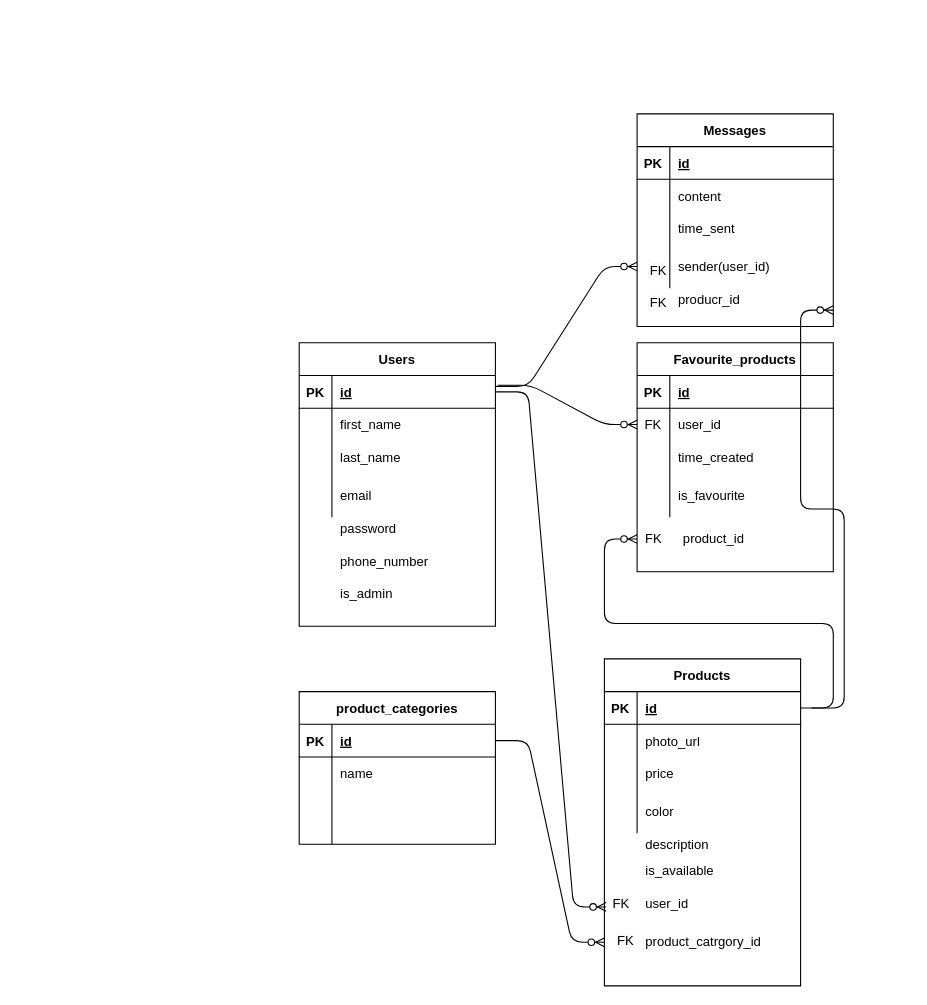
Before: db/Untitled Diagram.drawio in alisonhussey/Listing-Website, a draw.io diagram. Source tidied: cells renumbered, new cells numbered last; positions are measured from the earlier drawing's top-left corner, leaving out a move shared by most shapes. Both pictures are drawn from the tidied source at 109%, with x=0, y=0 at pixel (299, 113).
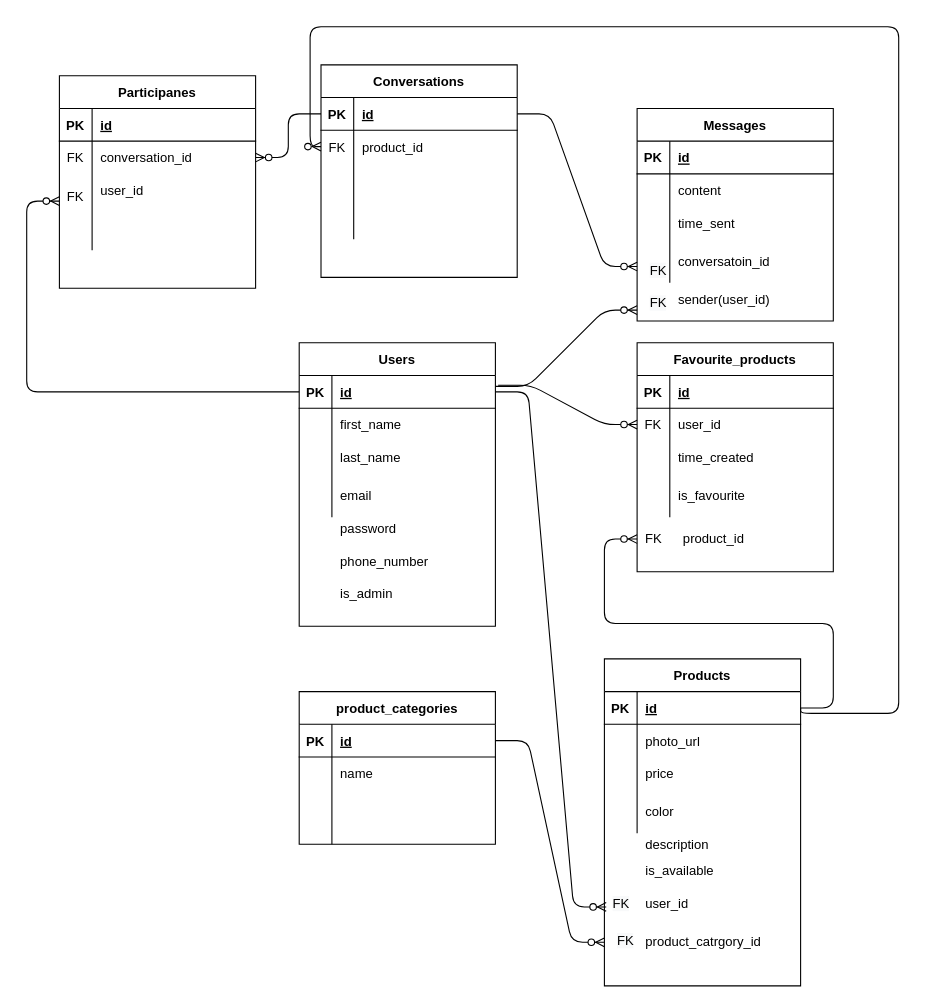
Above is the later version.

The change refers to these unchanged cells:
```xml
<mxCell id="3" style="shape=partialRectangle;fillColor=none;top=0;left=0;bottom=1;right=0;points=[[0,0.5],[1,0.5]];portConstraint=eastwest;" parent="2" vertex="1">
  <mxGeometry y="30" width="180" height="30" as="geometry" />
</mxCell>
<mxCell id="32" style="shape=partialRectangle;fillColor=none;top=0;left=0;bottom=1;right=0;points=[[0,0.5],[1,0.5]];portConstraint=eastwest;" parent="31" vertex="1">
  <mxGeometry y="30" width="180" height="30" as="geometry" />
</mxCell>
<mxCell id="54" style="shape=partialRectangle;fillColor=none;top=0;left=0;bottom=0;right=0;points=[[0,0.5],[1,0.5]];portConstraint=eastwest;" parent="44" vertex="1">
  <mxGeometry y="120" width="180" height="40" as="geometry" />
</mxCell>
```

Change to the diagram source:
```diff
@@
     <mxCell id="44" value="Messages" style="shape=table;startSize=30;childLayout=tableLayout;rowLines=0;fontStyle=1;align=center;" parent="1" vertex="1">
-      <mxGeometry x="310" width="180" height="195" as="geometry" />
+      <mxGeometry x="310" y="-5" width="180" height="195" as="geometry" />
     </mxCell>
@@
-    <mxCell id="56" value="sender(user_id)" style="shape=partialRectangle;fillColor=none;top=0;left=0;bottom=0;right=0;align=left;spacingLeft=6;overflow=hidden;" parent="54" vertex="1">
+    <mxCell id="56" value="conversatoin_id" style="shape=partialRectangle;fillColor=none;top=0;left=0;bottom=0;right=0;align=left;spacingLeft=6;overflow=hidden;" parent="54" vertex="1">
       <mxGeometry x="30" width="150" height="40" as="geometry" />
     </mxCell>
@@
-    <mxCell id="81" style="edgeStyle=entityRelationEdgeStyle;fontSize=12;html=1;endArrow=ERzeroToMany;endFill=1;" parent="1" edge="1" target="54">
+    <mxCell id="81" style="edgeStyle=entityRelationEdgeStyle;fontSize=12;html=1;endArrow=ERzeroToMany;endFill=1;" parent="1" edge="1">
       <mxGeometry relative="1" as="geometry">
         <mxPoint x="180" y="250" as="sourcePoint" />
+        <mxPoint x="310" y="180" as="targetPoint" />
       </mxGeometry>
     </mxCell>
@@
-    <mxCell id="84" value="producr_id" style="shape=partialRectangle;fillColor=none;top=0;left=0;bottom=0;right=0;align=left;spacingLeft=6;overflow=hidden;" parent="1" vertex="1">
+    <mxCell id="84" value="sender(user_id)" style="shape=partialRectangle;fillColor=none;top=0;left=0;bottom=0;right=0;align=left;spacingLeft=6;overflow=hidden;" parent="1" vertex="1">
       <mxGeometry x="340" y="150" width="150" height="40" as="geometry" />
     </mxCell>
-    <mxCell id="85" style="edgeStyle=entityRelationEdgeStyle;fontSize=12;html=1;endArrow=ERzeroToMany;endFill=1;" parent="1" edge="1">
-      <mxGeometry relative="1" as="geometry">
-        <mxPoint x="470" y="545" as="sourcePoint" />
-        <mxPoint x="490" y="180" as="targetPoint" />
-      </mxGeometry>
-    </mxCell>
@@
+    <mxCell id="87" value="Conversations" style="shape=table;startSize=30;childLayout=tableLayout;rowLines=0;fontStyle=1;align=center;" parent="1" vertex="1">
+      <mxGeometry x="20" y="-45" width="180" height="195" as="geometry" />
+    </mxCell>
+    <mxCell id="88" style="shape=partialRectangle;fillColor=none;top=0;left=0;bottom=1;right=0;points=[[0,0.5],[1,0.5]];portConstraint=eastwest;" parent="87" vertex="1">
+      <mxGeometry y="30" width="180" height="30" as="geometry" />
+    </mxCell>
+    <mxCell id="89" value="PK" style="shape=partialRectangle;fillColor=none;top=0;left=0;bottom=0;right=0;fontStyle=1;overflow=hidden;" parent="88" vertex="1">
+      <mxGeometry width="30" height="30" as="geometry" />
+    </mxCell>
+    <mxCell id="90" value="id" style="shape=partialRectangle;fillColor=none;top=0;left=0;bottom=0;right=0;align=left;spacingLeft=6;fontStyle=5;overflow=hidden;" parent="88" vertex="1">
+      <mxGeometry x="30" width="150" height="30" as="geometry" />
+    </mxCell>
+    <mxCell id="91" style="shape=partialRectangle;fillColor=none;top=0;left=0;bottom=0;right=0;points=[[0,0.5],[1,0.5]];portConstraint=eastwest;" parent="87" vertex="1">
+      <mxGeometry y="60" width="180" height="30" as="geometry" />
+    </mxCell>
+    <mxCell id="92" value="FK" style="shape=partialRectangle;fillColor=none;top=0;left=0;bottom=0;right=0;overflow=hidden;" parent="91" vertex="1">
+      <mxGeometry width="30" height="30" as="geometry" />
+    </mxCell>
+    <mxCell id="93" style="shape=partialRectangle;fillColor=none;top=0;left=0;bottom=0;right=0;align=left;spacingLeft=6;overflow=hidden;" parent="91" vertex="1">
+      <mxGeometry x="30" width="150" height="30" as="geometry" />
+    </mxCell>
+    <mxCell id="94" style="shape=partialRectangle;fillColor=none;top=0;left=0;bottom=0;right=0;" parent="87" vertex="1">
+      <mxGeometry y="90" width="180" height="30" as="geometry" />
+    </mxCell>
+    <mxCell id="95" style="shape=partialRectangle;fillColor=none;top=0;left=0;bottom=0;right=0;overflow=hidden;" parent="94" vertex="1">
+      <mxGeometry width="30" height="30" as="geometry" />
+    </mxCell>
+    <mxCell id="96" style="shape=partialRectangle;fillColor=none;top=0;left=0;bottom=0;right=0;align=left;spacingLeft=6;overflow=hidden;" parent="94" vertex="1">
+      <mxGeometry x="30" width="150" height="30" as="geometry" />
+    </mxCell>
+    <mxCell id="97" style="shape=partialRectangle;fillColor=none;top=0;left=0;bottom=0;right=0;" parent="87" vertex="1">
+      <mxGeometry y="120" width="180" height="40" as="geometry" />
+    </mxCell>
+    <mxCell id="98" style="shape=partialRectangle;fillColor=none;top=0;left=0;bottom=0;right=0;overflow=hidden;" parent="97" vertex="1">
+      <mxGeometry width="30" height="40" as="geometry" />
+    </mxCell>
+    <mxCell id="99" style="shape=partialRectangle;fillColor=none;top=0;left=0;bottom=0;right=0;align=left;spacingLeft=6;overflow=hidden;" parent="97" vertex="1">
+      <mxGeometry x="30" width="150" height="40" as="geometry" />
+    </mxCell>
+    <mxCell id="100" value="product_id" style="shape=partialRectangle;fillColor=none;top=0;left=0;bottom=0;right=0;align=left;spacingLeft=6;overflow=hidden;" parent="1" vertex="1">
+      <mxGeometry x="50" y="10" width="150" height="40" as="geometry" />
+    </mxCell>
+    <mxCell id="101" value="Participanes" style="shape=table;startSize=30;childLayout=tableLayout;rowLines=0;fontStyle=1;align=center;" parent="1" vertex="1">
+      <mxGeometry x="-220" y="-35" width="180" height="195" as="geometry" />
+    </mxCell>
+    <mxCell id="102" style="shape=partialRectangle;fillColor=none;top=0;left=0;bottom=1;right=0;" parent="101" vertex="1">
+      <mxGeometry y="30" width="180" height="30" as="geometry" />
+    </mxCell>
+    <mxCell id="103" value="PK" style="shape=partialRectangle;fillColor=none;top=0;left=0;bottom=0;right=0;fontStyle=1;overflow=hidden;" parent="102" vertex="1">
+      <mxGeometry width="30" height="30" as="geometry" />
+    </mxCell>
+    <mxCell id="104" value="id" style="shape=partialRectangle;fillColor=none;top=0;left=0;bottom=0;right=0;align=left;spacingLeft=6;fontStyle=5;overflow=hidden;" parent="102" vertex="1">
+      <mxGeometry x="30" width="150" height="30" as="geometry" />
+    </mxCell>
+    <mxCell id="105" style="shape=partialRectangle;fillColor=none;top=0;left=0;bottom=0;right=0;points=[[0,0.5],[1,0.5]];portConstraint=eastwest;" parent="101" vertex="1">
+      <mxGeometry y="60" width="180" height="30" as="geometry" />
+    </mxCell>
+    <mxCell id="106" value="FK" style="shape=partialRectangle;fillColor=none;top=0;left=0;bottom=0;right=0;overflow=hidden;" parent="105" vertex="1">
+      <mxGeometry width="30" height="30" as="geometry" />
+    </mxCell>
+    <mxCell id="107" value="conversation_id" style="shape=partialRectangle;fillColor=none;top=0;left=0;bottom=0;right=0;align=left;spacingLeft=6;overflow=hidden;" parent="105" vertex="1">
+      <mxGeometry x="30" width="150" height="30" as="geometry" />
+    </mxCell>
+    <mxCell id="108" style="shape=partialRectangle;fillColor=none;top=0;left=0;bottom=0;right=0;" parent="101" vertex="1">
+      <mxGeometry y="90" width="180" height="30" as="geometry" />
+    </mxCell>
+    <mxCell id="109" style="shape=partialRectangle;fillColor=none;top=0;left=0;bottom=0;right=0;overflow=hidden;" parent="108" vertex="1">
+      <mxGeometry width="30" height="30" as="geometry" />
+    </mxCell>
+    <mxCell id="110" value="user_id" style="shape=partialRectangle;fillColor=none;top=0;left=0;bottom=0;right=0;align=left;spacingLeft=6;overflow=hidden;" parent="108" vertex="1">
+      <mxGeometry x="30" width="150" height="30" as="geometry" />
+    </mxCell>
+    <mxCell id="111" style="shape=partialRectangle;fillColor=none;top=0;left=0;bottom=0;right=0;" parent="101" vertex="1">
+      <mxGeometry y="120" width="180" height="40" as="geometry" />
+    </mxCell>
+    <mxCell id="112" style="shape=partialRectangle;fillColor=none;top=0;left=0;bottom=0;right=0;overflow=hidden;" parent="111" vertex="1">
+      <mxGeometry width="30" height="40" as="geometry" />
+    </mxCell>
+    <mxCell id="113" style="shape=partialRectangle;fillColor=none;top=0;left=0;bottom=0;right=0;align=left;spacingLeft=6;overflow=hidden;" parent="111" vertex="1">
+      <mxGeometry x="30" width="150" height="40" as="geometry" />
+    </mxCell>
+    <mxCell id="114" style="edgeStyle=entityRelationEdgeStyle;fontSize=12;html=1;endArrow=ERzeroToMany;endFill=1;exitX=1;exitY=0.5;exitDx=0;exitDy=0;" parent="1" edge="1" source="88">
+      <mxGeometry relative="1" as="geometry">
+        <mxPoint x="310" y="140" as="targetPoint" />
+      </mxGeometry>
+    </mxCell>
+    <mxCell id="115" value="FK" style="shape=partialRectangle;fillColor=none;top=0;left=0;bottom=0;right=0;overflow=hidden;" parent="1" vertex="1">
+      <mxGeometry x="-220" y="60" width="30" height="30" as="geometry" />
+    </mxCell>
+    <mxCell id="116" style="edgeStyle=entityRelationEdgeStyle;fontSize=12;html=1;endArrow=ERzeroToMany;endFill=1;exitX=0;exitY=0.5;exitDx=0;exitDy=0;entryX=1;entryY=0.5;entryDx=0;entryDy=0;" parent="1" edge="1" source="88" target="105">
+      <mxGeometry relative="1" as="geometry" />
+    </mxCell>
+    <mxCell id="117" style="edgeStyle=orthogonalEdgeStyle;fontSize=12;html=1;endArrow=ERzeroToMany;endFill=1;exitX=0;exitY=0.5;exitDx=0;exitDy=0;" parent="1" edge="1" source="3">
+      <mxGeometry relative="1" as="geometry">
+        <mxPoint x="-220" y="80" as="targetPoint" />
+        <Array as="points">
+          <mxPoint x="-250" y="255" />
+          <mxPoint x="-250" y="80" />
+        </Array>
+      </mxGeometry>
+    </mxCell>
+    <mxCell id="118" style="edgeStyle=orthogonalEdgeStyle;fontSize=12;html=1;endArrow=ERzeroToMany;endFill=1;exitX=1;exitY=0.5;exitDx=0;exitDy=0;entryX=0;entryY=0.5;entryDx=0;entryDy=0;" parent="1" edge="1" source="32" target="91">
+      <mxGeometry relative="1" as="geometry">
+        <Array as="points">
+          <mxPoint x="460" y="550" />
+          <mxPoint x="550" y="550" />
+          <mxPoint x="550" y="-80" />
+          <mxPoint x="10" y="-80" />
+          <mxPoint x="10" y="30" />
+        </Array>
+      </mxGeometry>
+    </mxCell>
```
